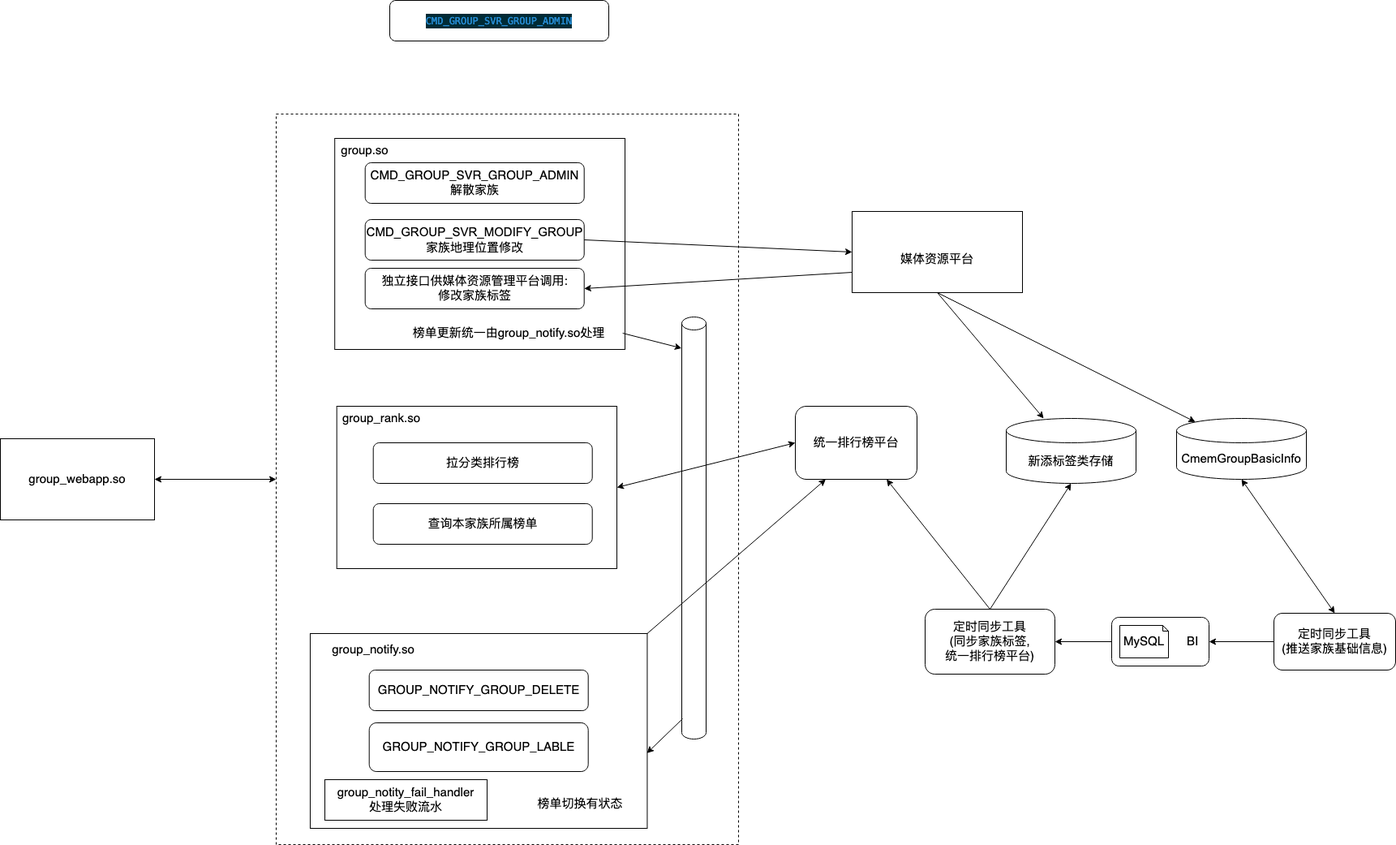
Before: 家族榜单切换.png, a diagram exported from draw.io (wu0hgl/note_pic). Source tidied: cells renumbered, new cells last; positions are measured from the earlier drawing's top-left corner, leaving out a move shared by most shapes.
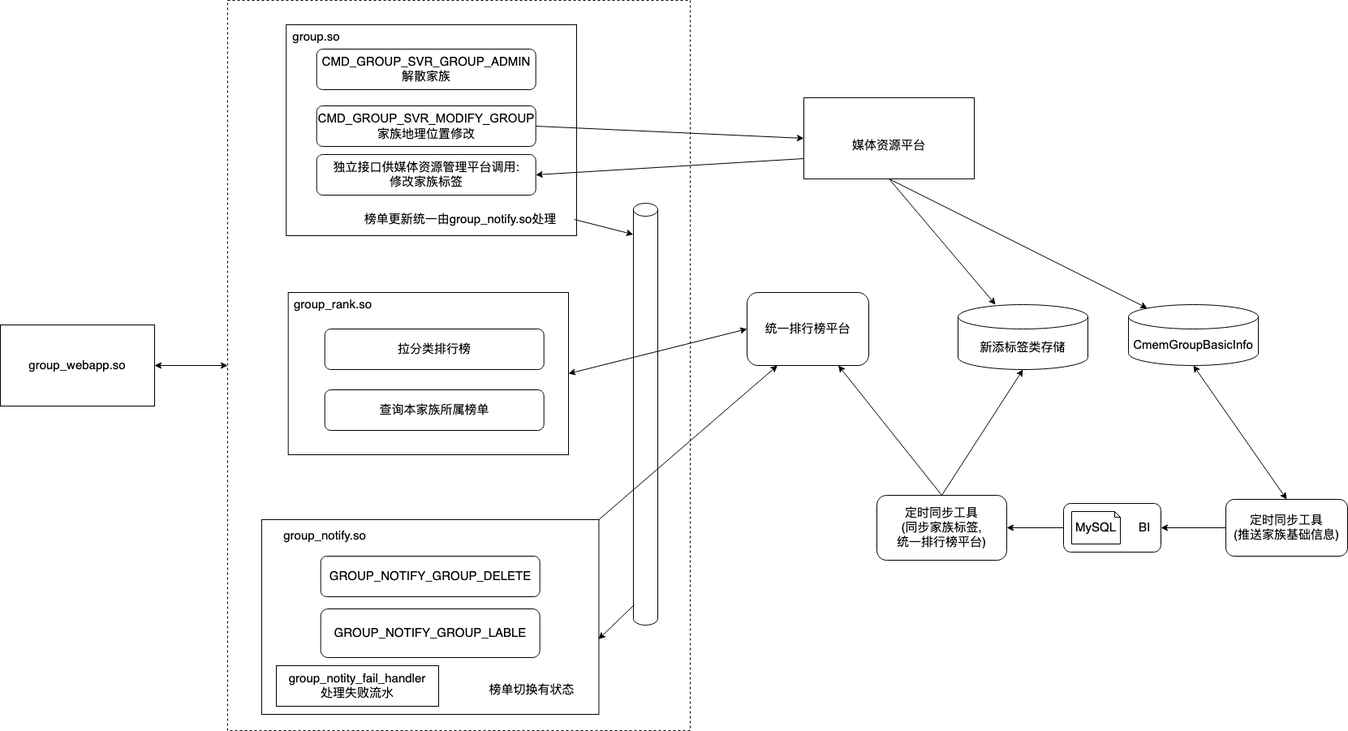
Later version of the same file.

Commit message:
更新家族榜单切换.png

What changed in the source:
```diff
@@ -84,7 +84,7 @@
       <mxGeometry relative="1" as="geometry" />
     </mxCell>
     <mxCell id="29" value="group_webapp.so" style="rounded=0;whiteSpace=wrap;html=1;fontSize=15;" parent="1" vertex="1">
-      <mxGeometry y="540" width="190" height="100" as="geometry" />
+      <mxGeometry x="60" y="540" width="190" height="100" as="geometry" />
     </mxCell>
     <mxCell id="30" value="&lt;div&gt;&lt;br&gt;&lt;/div&gt;&lt;div&gt;媒体资源平台&lt;br&gt;&lt;/div&gt;" style="rounded=0;whiteSpace=wrap;html=1;fontSize=15;" parent="1" vertex="1">
       <mxGeometry x="1050" y="260" width="210" height="100" as="geometry" />
@@ -128,8 +128,5 @@
     <mxCell id="43" value="CMD_GROUP_SVR_GROUP_ADMIN&lt;br&gt;解散家族" style="rounded=1;whiteSpace=wrap;html=1;fontSize=15;" parent="1" vertex="1">
       <mxGeometry x="449.7" y="200" width="270" height="50" as="geometry" />
     </mxCell>
-    <mxCell id="44" value="&lt;div style=&quot;color: rgb(187 , 187 , 187) ; background-color: rgb(0 , 43 , 54) ; font-family: &amp;#34;menlo&amp;#34; , &amp;#34;monaco&amp;#34; , &amp;#34;courier new&amp;#34; , monospace ; font-weight: normal ; font-size: 12px ; line-height: 18px&quot;&gt;&lt;div&gt;&lt;span style=&quot;color: #268bd2&quot;&gt;CMD_GROUP_SVR_GROUP_ADMIN&lt;/span&gt;&lt;/div&gt;&lt;/div&gt;" style="rounded=1;whiteSpace=wrap;html=1;fontSize=15;" parent="1" vertex="1">
-      <mxGeometry x="480" width="270" height="50" as="geometry" />
-    </mxCell>
   </root>
 </mxGraphModel>
```
